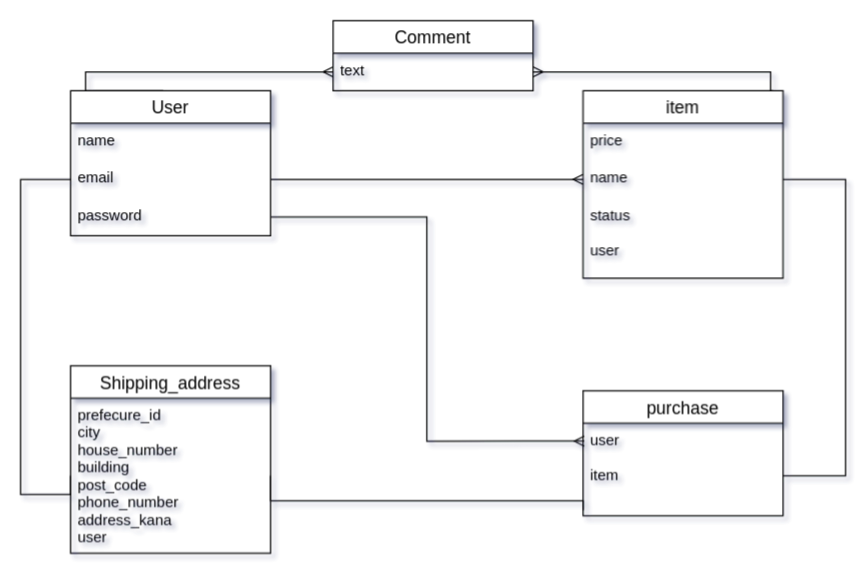
e0msb4g/furima-30600 keeps this draw.io diagram as ER.dio. Above is the earlier version. Source tidied: cells renumbered, new cells numbered last; positions are measured from the earlier drawing's top-left corner, leaving out a move shared by most shapes. Both pictures are drawn from the tidied source at 125%, with x=0, y=0 at pixel (20, 20).
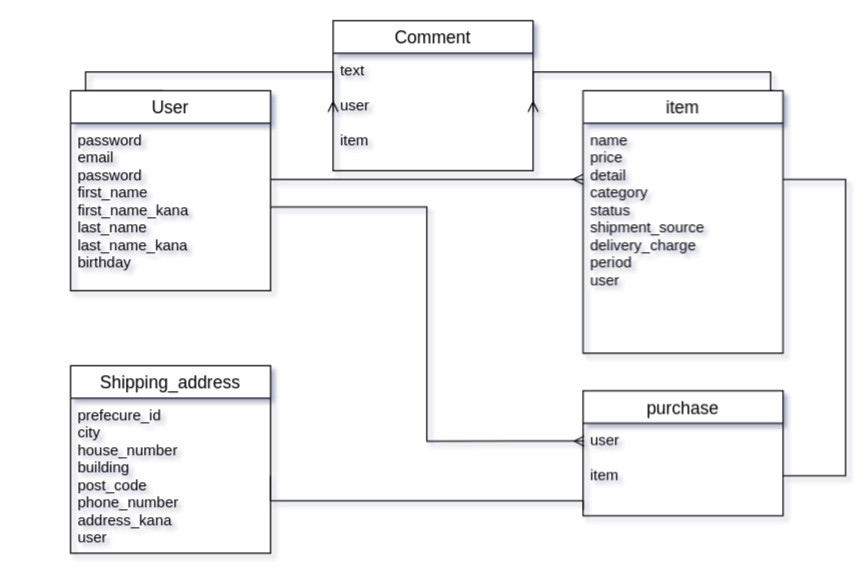
The same diagram, later.

Commit message (it also covers changes not shown here):
ER図、DB設計修正（３回目）

Unchanged cells that the change refers to:
```xml
<mxCell id="16" value="prefecure_id&#10;city&#10;house_number&#10;building&#10;post_code&#10;phone_number&#10;address_kana&#10;user&#10;" style="text;strokeColor=none;fillColor=none;spacingLeft=4;spacingRight=4;overflow=hidden;points=[[0,0.5],[1,0.5]];portConstraint=eastwest;fontSize=12;" parent="15" vertex="1">
  <mxGeometry y="26" width="160" height="124" as="geometry" />
</mxCell>
<mxCell id="22" value="user&#10;&#10;item&#10;&#10;" style="text;strokeColor=none;fillColor=none;spacingLeft=4;spacingRight=4;overflow=hidden;points=[[0,0.5],[1,0.5]];portConstraint=eastwest;fontSize=12;" parent="21" vertex="1">
  <mxGeometry y="26" width="160" height="74" as="geometry" />
</mxCell>
```

The edit, as a diff of the source:
```diff
@@
     <mxCell id="2" value="User" style="swimlane;fontStyle=0;horizontal=1;startSize=26;align=center;fontSize=14;" parent="1" vertex="1">
-      <mxGeometry x="40" y="56" width="160" height="116" as="geometry" />
+      <mxGeometry x="40" y="56" width="160" height="160" as="geometry" />
     </mxCell>
-    <mxCell id="3" value="name" style="text;strokeColor=none;fillColor=none;spacingLeft=4;spacingRight=4;overflow=hidden;fontSize=12;" parent="2" vertex="1">
-      <mxGeometry y="26" width="160" height="30" as="geometry" />
-    </mxCell>
-    <mxCell id="4" value="email" style="text;strokeColor=none;fillColor=none;spacingLeft=4;spacingRight=4;overflow=hidden;points=[[0,0.5],[1,0.5]];portConstraint=eastwest;fontSize=12;" parent="2" vertex="1">
-      <mxGeometry y="56" width="160" height="30" as="geometry" />
-    </mxCell>
-    <mxCell id="5" value="password" style="text;strokeColor=none;fillColor=none;spacingLeft=4;spacingRight=4;overflow=hidden;points=[[0,0.5],[1,0.5]];portConstraint=eastwest;fontSize=12;" parent="2" vertex="1">
-      <mxGeometry y="86" width="160" height="30" as="geometry" />
+    <mxCell id="5" value="password&#10;email&#10;password&#10;first_name&#10;first_name_kana&#10;last_name&#10;last_name_kana&#10;birthday&#10;" style="text;strokeColor=none;fillColor=none;spacingLeft=4;spacingRight=4;overflow=hidden;points=[[0,0.5],[1,0.5]];portConstraint=eastwest;fontSize=12;" parent="2" vertex="1">
+      <mxGeometry y="26" width="160" height="134" as="geometry" />
     </mxCell>
     <mxCell id="6" value="item" style="swimlane;fontStyle=0;horizontal=1;startSize=26;align=center;fontSize=14;" parent="1" vertex="1">
-      <mxGeometry x="450" y="56" width="160" height="150" as="geometry" />
+      <mxGeometry x="450" y="56" width="160" height="210" as="geometry" />
     </mxCell>
-    <mxCell id="7" value="price" style="text;strokeColor=none;fillColor=none;spacingLeft=4;spacingRight=4;overflow=hidden;fontSize=12;" parent="6" vertex="1">
-      <mxGeometry y="26" width="160" height="30" as="geometry" />
+    <mxCell id="7" value="name&#10;price&#10;detail&#10;category&#10;status&#10;shipment_source&#10;delivery_charge&#10;period&#10;user" style="text;strokeColor=none;fillColor=none;spacingLeft=4;spacingRight=4;overflow=hidden;fontSize=12;" parent="6" vertex="1">
+      <mxGeometry y="26" width="160" height="184" as="geometry" />
     </mxCell>
-    <mxCell id="8" value="name" style="text;strokeColor=none;fillColor=none;spacingLeft=4;spacingRight=4;overflow=hidden;points=[[0,0.5],[1,0.5]];portConstraint=eastwest;fontSize=12;" parent="6" vertex="1">
-      <mxGeometry y="56" width="160" height="30" as="geometry" />
-    </mxCell>
-    <mxCell id="9" value="status&#10;&#10;user" style="text;strokeColor=none;fillColor=none;spacingLeft=4;spacingRight=4;overflow=hidden;fontSize=12;" parent="6" vertex="1">
-      <mxGeometry y="86" width="160" height="64" as="geometry" />
-    </mxCell>
-    <mxCell id="10" style="edgeStyle=orthogonalEdgeStyle;rounded=0;jettySize=auto;html=1;exitX=1;exitY=0.5;exitDx=0;exitDy=0;entryX=0;entryY=0.5;entryDx=0;entryDy=0;startArrow=none;startFill=0;endArrow=ERmany;endFill=0;" parent="1" edge="1" source="4" target="8">
-      <mxGeometry relative="1" as="geometry" />
+    <mxCell id="10" style="edgeStyle=orthogonalEdgeStyle;rounded=0;orthogonalLoop=1;jettySize=auto;html=1;exitX=1;exitY=0.5;exitDx=0;exitDy=0;entryX=0;entryY=0.5;entryDx=0;entryDy=0;startArrow=none;startFill=0;endArrow=ERmany;endFill=0;" parent="1" edge="1">
+      <mxGeometry relative="1" as="geometry">
+        <mxPoint x="200" y="127" as="sourcePoint" />
+        <mxPoint x="450" y="127" as="targetPoint" />
+      </mxGeometry>
     </mxCell>
@@
     <mxCell id="13" value="Comment" style="swimlane;fontStyle=0;horizontal=1;startSize=26;align=center;fontSize=14;" parent="1" vertex="1">
-      <mxGeometry x="250" width="160" height="56" as="geometry" />
+      <mxGeometry x="250" width="160" height="120" as="geometry" />
     </mxCell>
-    <mxCell id="14" value="text" style="text;strokeColor=none;fillColor=none;spacingLeft=4;spacingRight=4;overflow=hidden;points=[[0,0.5],[1,0.5]];portConstraint=eastwest;fontSize=12;" parent="13" vertex="1">
-      <mxGeometry y="26" width="160" height="30" as="geometry" />
+    <mxCell id="14" value="text&#10;&#10;user&#10;&#10;item" style="text;strokeColor=none;fillColor=none;spacingLeft=4;spacingRight=4;overflow=hidden;points=[[0,0.5],[1,0.5]];portConstraint=eastwest;fontSize=12;" parent="13" vertex="1">
+      <mxGeometry y="26" width="160" height="94" as="geometry" />
     </mxCell>
@@
-    <mxCell id="17" style="edgeStyle=orthogonalEdgeStyle;rounded=0;jettySize=auto;html=1;exitX=0;exitY=0.5;exitDx=0;exitDy=0;entryX=0;entryY=0.5;entryDx=0;entryDy=0;endArrow=none;endFill=0;" parent="1" edge="1" source="4" target="16">
-      <mxGeometry relative="1" as="geometry">
-        <Array as="points">
-          <mxPoint y="127" />
-          <mxPoint y="379" />
-        </Array>
-      </mxGeometry>
-    </mxCell>
-    <mxCell id="18" style="edgeStyle=orthogonalEdgeStyle;rounded=0;jettySize=auto;html=1;exitX=1;exitY=0.5;exitDx=0;exitDy=0;endArrow=none;endFill=0;" parent="1" edge="1" source="8" target="22">
+    <mxCell id="18" style="edgeStyle=orthogonalEdgeStyle;rounded=0;jettySize=auto;html=1;exitX=1;exitY=0.5;exitDx=0;exitDy=0;endArrow=none;endFill=0;" parent="1" edge="1" target="22">
       <mxGeometry relative="1" as="geometry">
+        <mxPoint x="610" y="127" as="sourcePoint" />
         <Array as="points">
           <mxPoint x="660" y="127" />
           <mxPoint x="660" y="364" />
         </Array>
       </mxGeometry>
     </mxCell>
```
